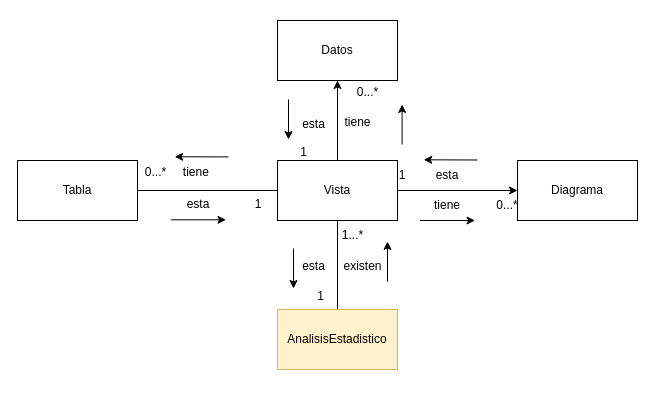
Earlier version of the draw.io diagram page "AnemicModelStatistics" (4 of 13) of CoTasker_BoundedContext.drawio (Migue1409-KP/DOO-working-group). Source tidied: cells renumbered, new cells numbered last; positions are measured from the earlier drawing's top-left corner, leaving out a move shared by most shapes. Both pictures are drawn from the tidied source at 100%, with x=0, y=0 at pixel (17, 20).
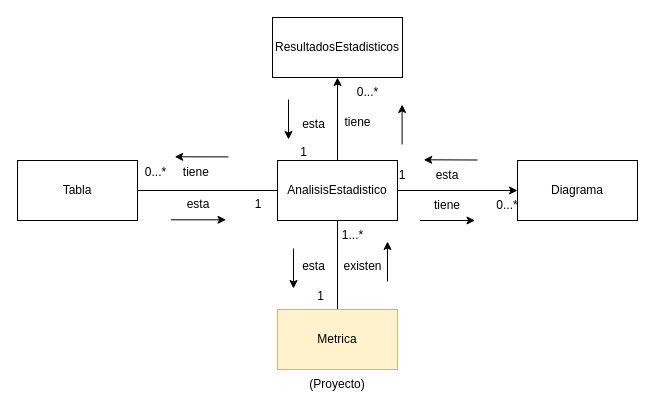
After the change.

Change to the diagram source:
```diff
@@
-    <mxCell id="3" value="AnalisisEstadistico" style="rounded=0;whiteSpace=wrap;html=1;fillColor=#fff2cc;strokeColor=#d6b656;" parent="1" vertex="1">
+    <mxCell id="3" value="Metrica" style="rounded=0;whiteSpace=wrap;html=1;fillColor=#fff2cc;strokeColor=#d6b656;" parent="1" vertex="1">
       <mxGeometry x="260" y="289" width="120" height="60" as="geometry" />
     </mxCell>
@@
-    <mxCell id="7" value="Vista" style="rounded=0;whiteSpace=wrap;html=1;" parent="1" vertex="1">
+    <mxCell id="7" value="AnalisisEstadistico" style="rounded=0;whiteSpace=wrap;html=1;" parent="1" vertex="1">
       <mxGeometry x="260" y="140" width="120" height="60" as="geometry" />
     </mxCell>
@@
-    <mxCell id="22" value="Datos" style="rounded=0;whiteSpace=wrap;html=1;" parent="1" vertex="1">
-      <mxGeometry x="260" width="120" height="60" as="geometry" />
+    <mxCell id="22" value="ResultadosEstadisticos" style="rounded=0;whiteSpace=wrap;html=1;" parent="1" vertex="1">
+      <mxGeometry x="255" y="-3" width="130" height="60" as="geometry" />
     </mxCell>
@@
+    <mxCell id="35" value="(Proyecto)" style="text;html=1;strokeColor=none;fillColor=none;align=center;verticalAlign=middle;whiteSpace=wrap;rounded=0;" parent="1" vertex="1">
+      <mxGeometry x="290" y="349" width="60" height="30" as="geometry" />
+    </mxCell>
```
